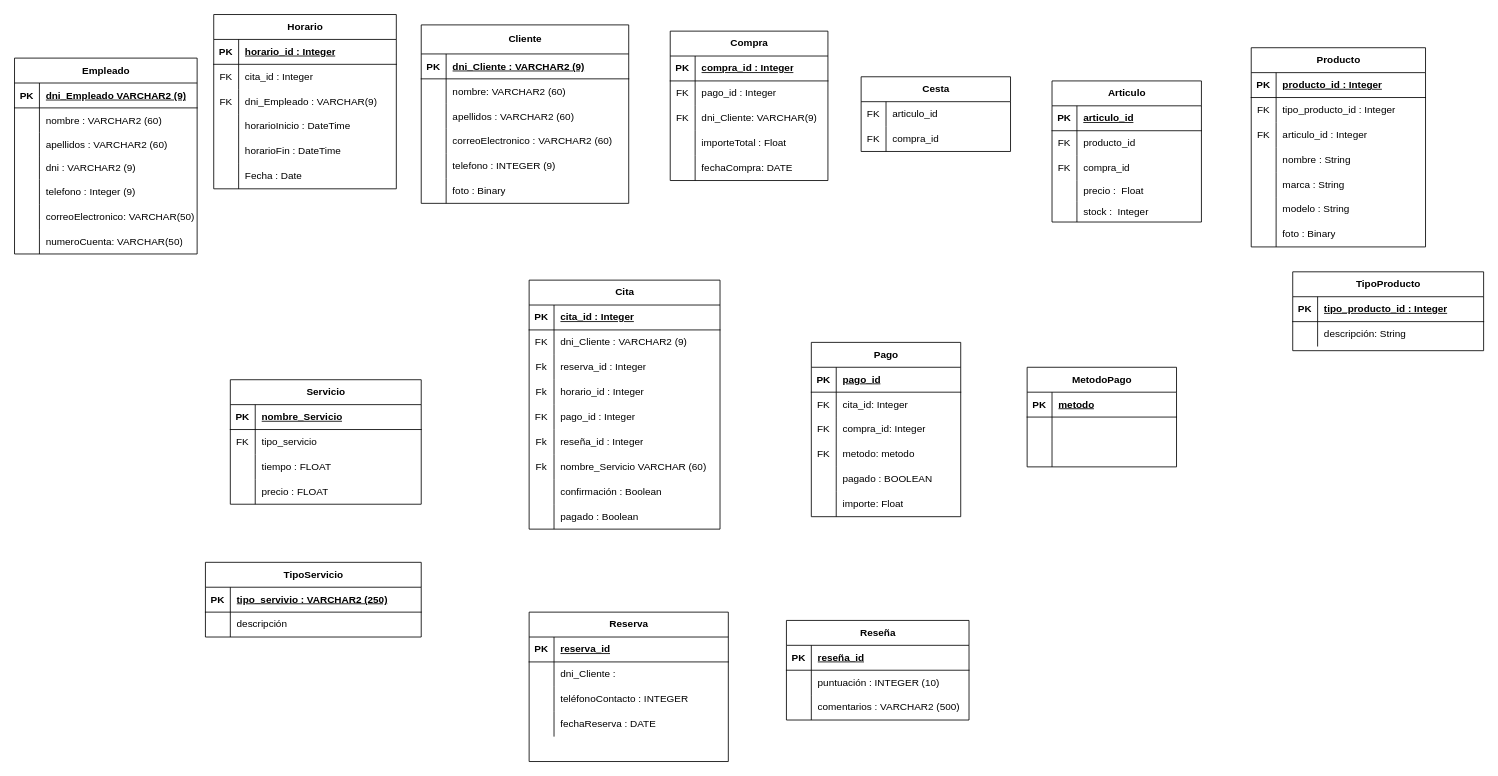
TSI-Trabajo/Segunda-Parte keeps this draw.io diagram as diagrama_Clases.drawio. Above is the earlier version. Source tidied: cells renumbered, new cells numbered last; positions are measured from the earlier drawing's top-left corner, leaving out a move shared by most shapes. Both pictures are drawn from the tidied source at 83%, with x=0, y=0 at pixel (-334, 14).
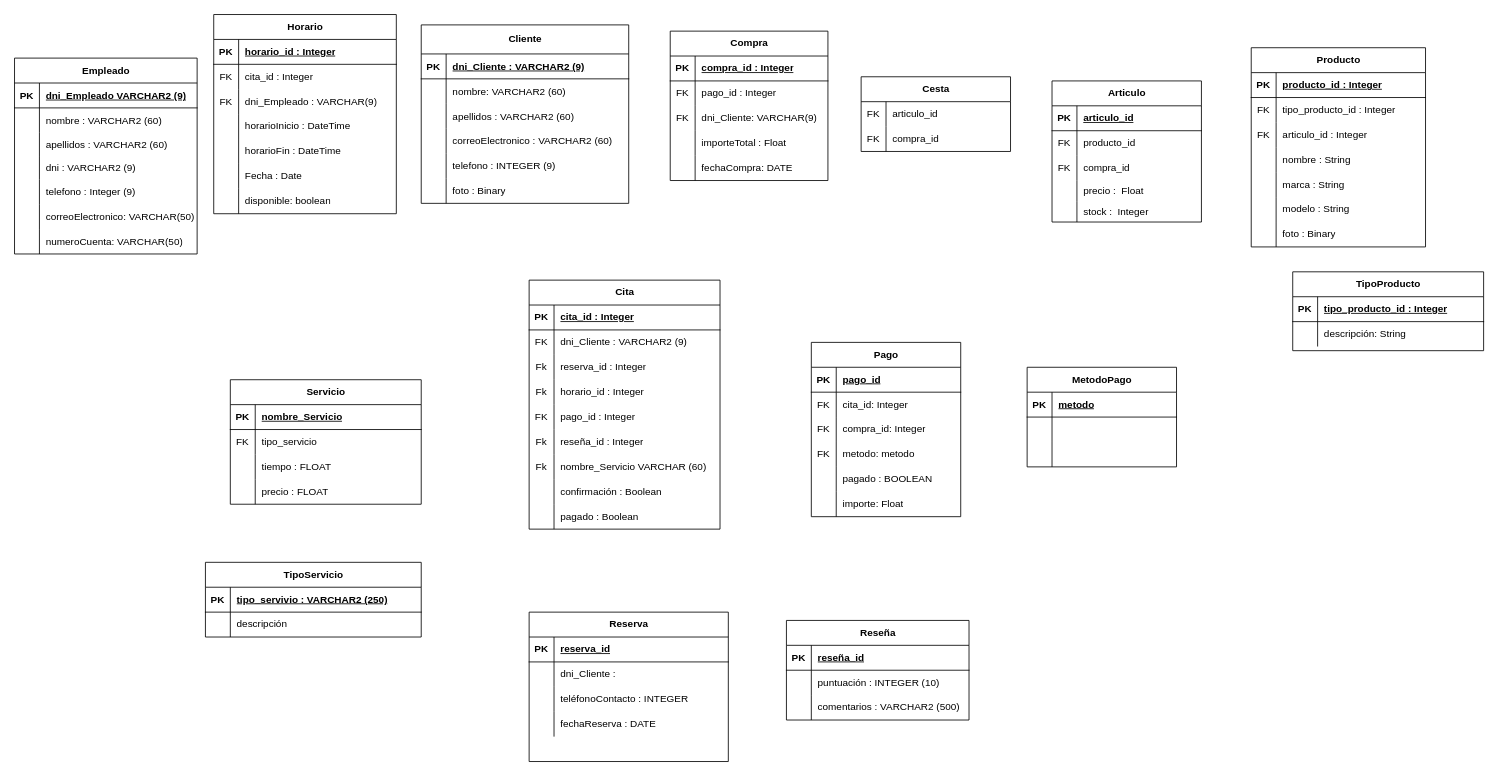
The same page after the edit.

The edit, as a diff of the source:
```diff
@@
     <mxCell id="135" value="Horario" style="shape=table;startSize=30;childLayout=tableLayout;rowLines=0;fontStyle=1;align=center;html=1;" parent="1" vertex="1">
-      <mxGeometry x="660" width="220" height="210" as="geometry" />
+      <mxGeometry x="660" width="220" height="240" as="geometry" />
     </mxCell>
@@
+    <mxCell id="231" style="shape=tableRow;horizontal=0;startSize=0;swimlaneHead=0;swimlaneBody=0;fillColor=none;top=0;left=0;right=0;bottom=0;" parent="135" vertex="1">
+      <mxGeometry y="210" width="220" height="30" as="geometry" />
+    </mxCell>
+    <mxCell id="232" style="shape=partialRectangle;fillColor=none;top=0;left=0;bottom=0;right=0;overflow=hidden;whiteSpace=wrap;html=1;" parent="231" vertex="1">
+      <mxGeometry width="30" height="30" as="geometry" />
+    </mxCell>
+    <mxCell id="233" value="disponible: boolean" style="shape=partialRectangle;fillColor=none;top=0;left=0;bottom=0;right=0;align=left;spacingLeft=6;overflow=hidden;whiteSpace=wrap;html=1;" parent="231" vertex="1">
+      <mxGeometry x="30" width="190" height="30" as="geometry" />
+    </mxCell>
```
